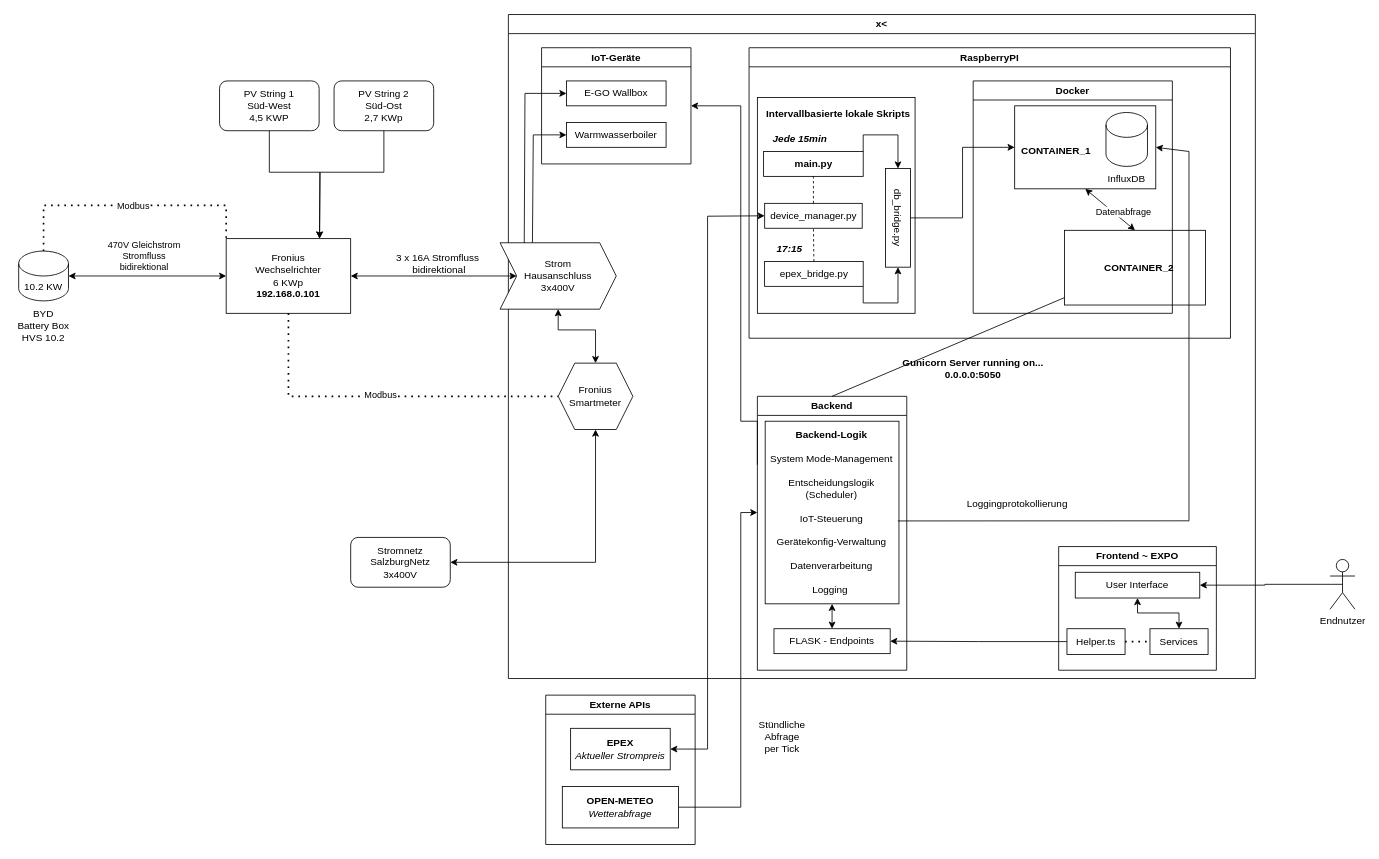
Before: 00_Docs/02_Diagramme/PV-Ertragssteuerung.drawio in jonasaberger/DIPL_Ertragssteuerung_PV, a draw.io diagram. Source tidied: cells renumbered, new cells numbered last; positions are measured from the earlier drawing's top-left corner, leaving out a move shared by most shapes. Both pictures are drawn from the tidied source at 83%, with x=0, y=0 at pixel (14, 14).
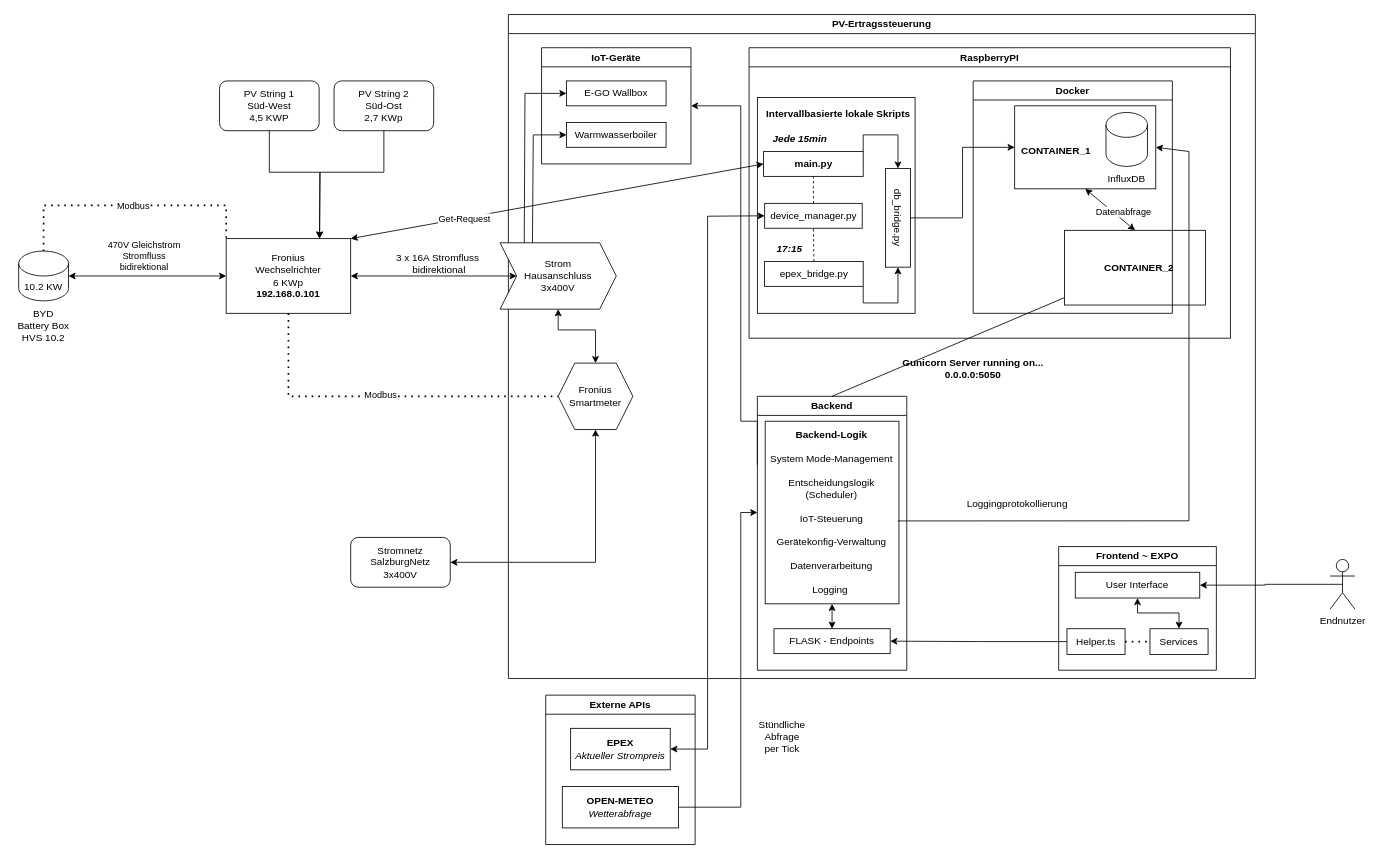
The same diagram, later.

Commit message (it also covers changes not shown here):
Refactor Architektur-Diagramm

Unchanged cells that the change refers to:
```xml
<mxCell id="24" value="&lt;b&gt;main.py&lt;/b&gt;" style="rounded=0;whiteSpace=wrap;html=1;" parent="12" vertex="1">
  <mxGeometry x="17.5" y="125" width="120" height="30" as="geometry" />
</mxCell>
<mxCell id="51" value="Fronius&lt;div&gt;Wechselrichter&lt;/div&gt;&lt;div&gt;6 KWp&lt;/div&gt;&lt;div&gt;&lt;b&gt;192.168.0.101&lt;/b&gt;&lt;/div&gt;" style="rounded=0;whiteSpace=wrap;html=1;" parent="1" vertex="1">
  <mxGeometry x="255" y="270" width="150" height="90" as="geometry" />
</mxCell>
```

Change to the diagram source:
```diff
@@
-    <mxCell id="2" value="x&amp;lt;" style="swimlane;whiteSpace=wrap;html=1;" parent="1" vertex="1">
+    <mxCell id="2" value="PV-Ertragssteuerung" style="swimlane;whiteSpace=wrap;html=1;" parent="1" vertex="1">
       <mxGeometry x="595" width="900" height="800" as="geometry" />
     </mxCell>
@@
+    <mxCell id="76" style="endArrow=classic;startArrow=classic;html=1;rounded=0;entryX=0;entryY=0.5;entryDx=0;entryDy=0;exitX=1;exitY=0;exitDx=0;exitDy=0;" parent="1" edge="1" source="51" target="24">
+      <mxGeometry relative="1" as="geometry" />
+    </mxCell>
+    <mxCell id="77" value="Get-Request" style="edgeLabel;html=1;align=center;verticalAlign=middle;" parent="76" vertex="1">
+      <mxGeometry x="-0.45" relative="1" as="geometry" />
+    </mxCell>
```
